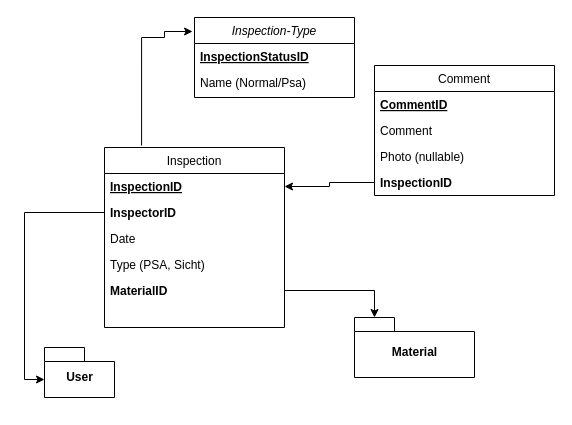
jneuendorf/material-manager keeps this draw.io diagram as page "Inspection Modul" (4 of 6) of docs/entity-relationship.drawio. Above is the earlier version. Source tidied: cells renumbered, new cells numbered last; positions are measured from the earlier drawing's top-left corner, leaving out a move shared by most shapes. Both pictures are drawn from the tidied source at 100%, with x=0, y=0 at pixel (44, 17).
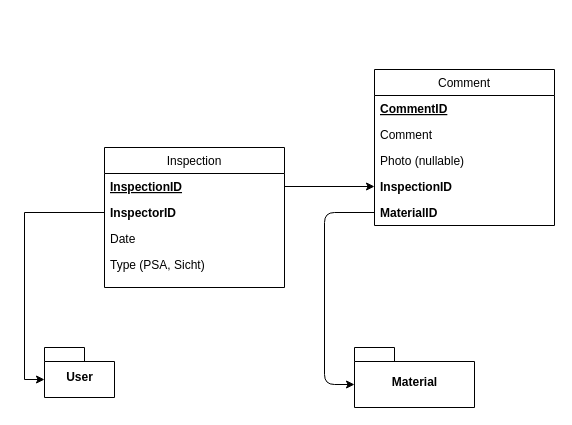
Above is the later version.

Commit message:
updated inspection module diagramm

The change refers to these unchanged cells:
```xml
<mxCell id="3" value="InspectionID" style="text;align=left;verticalAlign=top;spacingLeft=4;spacingRight=4;overflow=hidden;points=[[0,0.5],[1,0.5]];portConstraint=eastwest;fontStyle=5;" parent="2" vertex="1">
  <mxGeometry y="26" width="180" height="26" as="geometry" />
</mxCell>
<mxCell id="16" value="InspectionID" style="text;align=left;verticalAlign=top;spacingLeft=4;spacingRight=4;overflow=hidden;points=[[0,0.5],[1,0.5]];portConstraint=eastwest;fontStyle=1;" parent="12" vertex="1">
  <mxGeometry y="104" width="180" height="26" as="geometry" />
</mxCell>
```

The edit, as a diff of the source:
```diff
@@
     <mxCell id="2" value="Inspection" style="swimlane;fontStyle=0;align=center;verticalAlign=top;horizontal=1;startSize=26;rounded=0;shadow=0;strokeWidth=1;" parent="1" vertex="1">
-      <mxGeometry x="60" y="130" width="180" height="180" as="geometry" />
+      <mxGeometry x="60" y="130" width="180" height="140" as="geometry" />
     </mxCell>
@@
-    <mxCell id="7" value="MaterialID" style="text;align=left;verticalAlign=top;spacingLeft=4;spacingRight=4;overflow=hidden;points=[[0,0.5],[1,0.5]];portConstraint=eastwest;fontStyle=1;" parent="2" vertex="1">
-      <mxGeometry y="130" width="180" height="26" as="geometry" />
-    </mxCell>
     <mxCell id="8" value="Material" style="shape=folder;fontStyle=1;spacingTop=10;tabWidth=40;tabHeight=14;tabPosition=left;html=1;" parent="1" vertex="1">
-      <mxGeometry x="310" y="300" width="120" height="60" as="geometry" />
+      <mxGeometry x="310" y="330" width="120" height="60" as="geometry" />
     </mxCell>
@@
-    <mxCell id="11" style="edgeStyle=orthogonalEdgeStyle;rounded=0;jettySize=auto;html=1;entryX=0;entryY=0;entryDx=20;entryDy=0;entryPerimeter=0;fontColor=#0000FF;" parent="1" edge="1" source="7" target="8">
-      <mxGeometry relative="1" as="geometry" />
-    </mxCell>
     <mxCell id="12" value="Comment" style="swimlane;fontStyle=0;align=center;verticalAlign=top;horizontal=1;startSize=26;rounded=0;shadow=0;strokeWidth=1;" parent="1" vertex="1">
-      <mxGeometry x="330" y="48" width="180" height="130" as="geometry" />
+      <mxGeometry x="330" y="52" width="180" height="156" as="geometry" />
     </mxCell>
@@
-    <mxCell id="17" style="edgeStyle=orthogonalEdgeStyle;rounded=0;jettySize=auto;html=1;fontColor=#0000FF;" parent="1" edge="1" source="16" target="3">
-      <mxGeometry relative="1" as="geometry" />
-    </mxCell>
-    <mxCell id="18" value="Inspection-Type" style="swimlane;fontStyle=2;align=center;verticalAlign=top;horizontal=1;startSize=26;rounded=0;shadow=0;strokeWidth=1;" parent="1" vertex="1">
-      <mxGeometry x="150" width="160" height="80" as="geometry" />
-    </mxCell>
-    <mxCell id="19" value="InspectionStatusID" style="text;align=left;verticalAlign=top;spacingLeft=4;spacingRight=4;overflow=hidden;fontStyle=5;" parent="18" vertex="1">
-      <mxGeometry y="26" width="160" height="26" as="geometry" />
-    </mxCell>
-    <mxCell id="20" value="Name (Normal/Psa)" style="text;align=left;verticalAlign=top;spacingLeft=4;spacingRight=4;overflow=hidden;rounded=0;shadow=0;html=0;" parent="18" vertex="1">
-      <mxGeometry y="52" width="160" height="26" as="geometry" />
-    </mxCell>
-    <mxCell id="21" style="edgeStyle=orthogonalEdgeStyle;rounded=0;jettySize=auto;html=1;exitX=0.206;exitY=-0.011;exitDx=0;exitDy=0;exitPerimeter=0;entryX=-0.012;entryY=0.175;entryDx=0;entryDy=0;entryPerimeter=0;" parent="1" edge="1" source="2" target="18">
-      <mxGeometry relative="1" as="geometry">
-        <Array as="points">
-          <mxPoint x="97" y="20" />
-          <mxPoint x="120" y="20" />
-          <mxPoint x="120" y="14" />
-        </Array>
-      </mxGeometry>
-    </mxCell>
+    <mxCell id="7" value="MaterialID" style="text;align=left;verticalAlign=top;spacingLeft=4;spacingRight=4;overflow=hidden;points=[[0,0.5],[1,0.5]];portConstraint=eastwest;fontStyle=1;" parent="12" vertex="1">
+      <mxGeometry y="130" width="180" height="26" as="geometry" />
+    </mxCell>
+    <mxCell id="22" style="edgeStyle=none;html=1;exitX=1;exitY=0.5;exitDx=0;exitDy=0;entryX=0;entryY=0.5;entryDx=0;entryDy=0;" parent="1" edge="1" source="3" target="16">
+      <mxGeometry relative="1" as="geometry" />
+    </mxCell>
+    <mxCell id="11" style="edgeStyle=none;html=1;exitX=0;exitY=0.5;exitDx=0;exitDy=0;entryX=0;entryY=0;entryDx=0;entryDy=37;entryPerimeter=0;" parent="1" edge="1" source="7" target="8">
+      <mxGeometry relative="1" as="geometry">
+        <Array as="points">
+          <mxPoint x="280" y="195" />
+          <mxPoint x="280" y="367" />
+        </Array>
+      </mxGeometry>
+    </mxCell>
```
